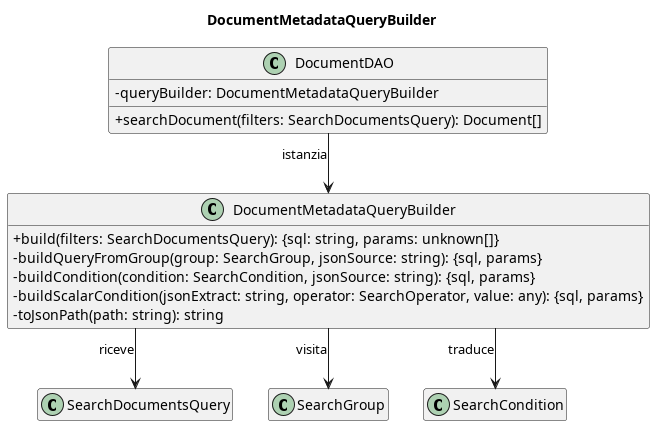
The PlantUML diagram out/3_PB/DocumentiEsterni/DiagrammiSpecificaTecnica/C4/C4_backend_Search/C4_backend_Search-9.png in 7-ZPUs/Docs, before a commit. Its diagram source:
```plantuml
@startuml
title DocumentMetadataQueryBuilder

skinparam classAttributeIconSize 0
skinparam linetype ortho
hide empty members

class DocumentDAO {
    - queryBuilder: DocumentMetadataQueryBuilder
    + searchDocument(filters: SearchDocumentsQuery): Document[]
}
class DocumentMetadataQueryBuilder {
    + build(filters: SearchDocumentsQuery): {sql: string, params: unknown[]}
    - buildQueryFromGroup(group: SearchGroup, jsonSource: string): {sql, params}
    - buildCondition(condition: SearchCondition, jsonSource: string): {sql, params}
    - buildScalarCondition(jsonExtract: string, operator: SearchOperator, value: any): {sql, params}
    - toJsonPath(path: string): string
}

DocumentDAO --> DocumentMetadataQueryBuilder : istanzia
DocumentMetadataQueryBuilder --> SearchDocumentsQuery : riceve
DocumentMetadataQueryBuilder --> SearchGroup          : visita
DocumentMetadataQueryBuilder --> SearchCondition      : traduce

@enduml
```
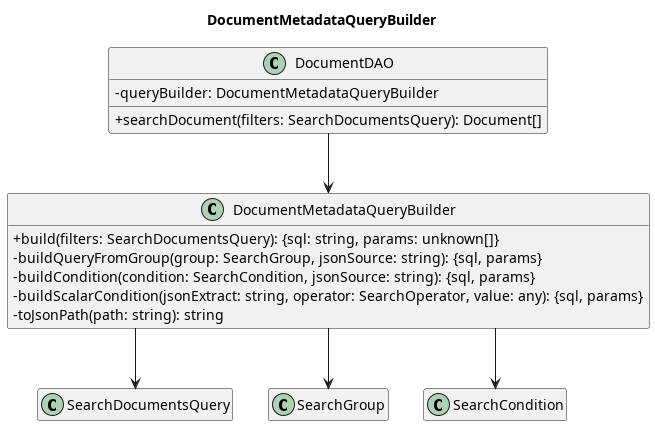
The same file after the commit.

What changed in the source:
```diff
@@ -17,9 +17,9 @@
     - toJsonPath(path: string): string
 }
 
-DocumentDAO --> DocumentMetadataQueryBuilder : istanzia
-DocumentMetadataQueryBuilder --> SearchDocumentsQuery : riceve
-DocumentMetadataQueryBuilder --> SearchGroup          : visita
-DocumentMetadataQueryBuilder --> SearchCondition      : traduce
+DocumentDAO --> DocumentMetadataQueryBuilder
+DocumentMetadataQueryBuilder --> SearchDocumentsQuery
+DocumentMetadataQueryBuilder --> SearchGroup
+DocumentMetadataQueryBuilder --> SearchCondition
 
 @enduml
```
